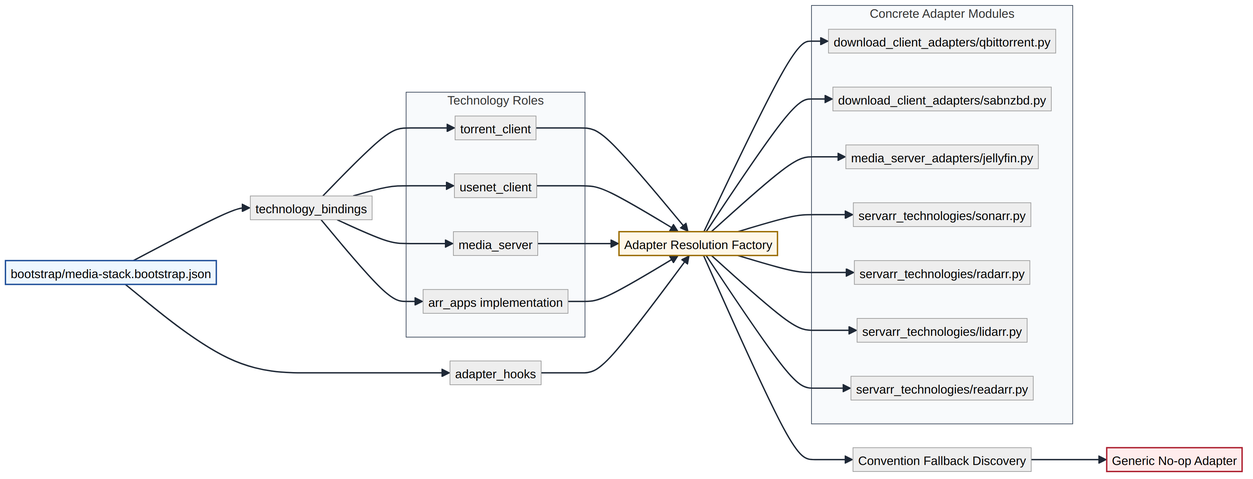
Earlier version of the Mermaid export docs/diagrams/technology-adapter-model.png (mploschiavo/mediaserver). Its source is kept beside it as docs/diagrams/technology-adapter-model.mmd. The source it was exported from:
```mermaid
flowchart LR
  CFG[bootstrap/media-stack.bootstrap.json]
  BIND[technology_bindings]
  HOOKS[adapter_hooks]

  FACT[Adapter Resolution Factory]
  CONV[Convention Fallback Discovery]
  NOP[Generic No-op Adapter]

  subgraph Roles[Technology Roles]
    TOR[torrent_client]
    USE[usenet_client]
    MED[media_server]
    ARR[arr_apps implementation]
  end

  subgraph Impl[Concrete Adapter Modules]
    QBA[download_client_adapters/qbittorrent.py]
    SABA[download_client_adapters/sabnzbd.py]
    MSA[media_server_adapters/jellyfin.py]
    SONA[servarr_technologies/sonarr.py]
    RADA[servarr_technologies/radarr.py]
    LIDA[servarr_technologies/lidarr.py]
    READA[servarr_technologies/readarr.py]
  end

  CFG --> BIND
  CFG --> HOOKS

  BIND --> TOR
  BIND --> USE
  BIND --> MED
  BIND --> ARR

  TOR --> FACT
  USE --> FACT
  MED --> FACT
  ARR --> FACT
  HOOKS --> FACT

  FACT --> QBA
  FACT --> SABA
  FACT --> MSA
  FACT --> SONA
  FACT --> RADA
  FACT --> LIDA
  FACT --> READA

  FACT --> CONV --> NOP

  style CFG fill:#eef7ff,stroke:#1f4f99,stroke-width:2px
  style FACT fill:#fff7e8,stroke:#9a6b00,stroke-width:2px
  style NOP fill:#ffecec,stroke:#ad1f2f,stroke-width:2px
```
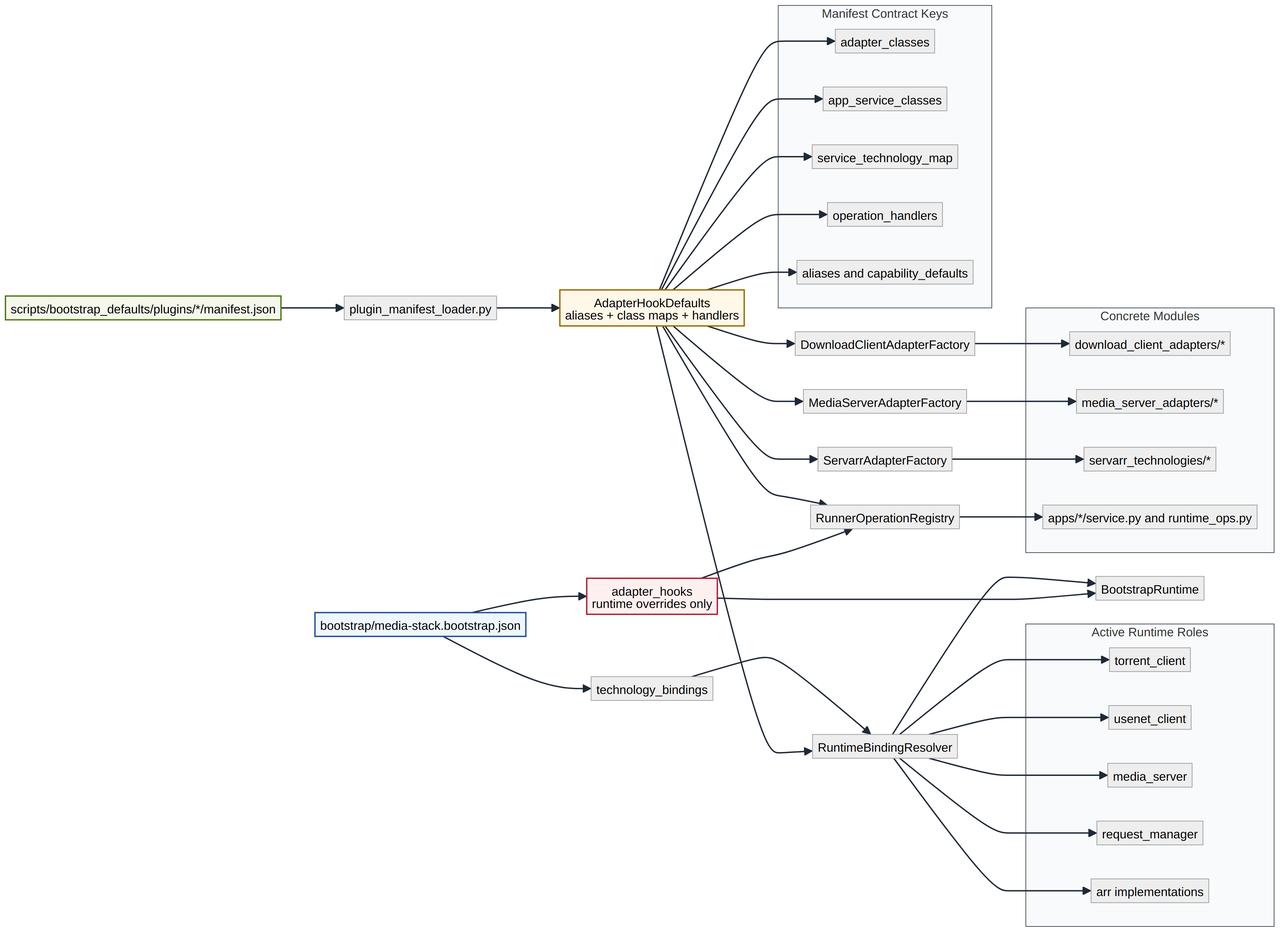
The same diagram one commit later.

Change to the diagram source:
```diff
@@ -1,53 +1,75 @@
 flowchart LR
   CFG[bootstrap/media-stack.bootstrap.json]
   BIND[technology_bindings]
-  HOOKS[adapter_hooks]
+  RH[adapter_hooks<br/>runtime overrides only]
 
-  FACT[Adapter Resolution Factory]
-  CONV[Convention Fallback Discovery]
-  NOP[Generic No-op Adapter]
+  PM[scripts/bootstrap_defaults/plugins/*/manifest.json]
+  LOAD[plugin_manifest_loader.py]
+  DEF[AdapterHookDefaults<br/>aliases + class maps + handlers]
 
-  subgraph Roles[Technology Roles]
+  RES[RuntimeBindingResolver]
+  RT[BootstrapRuntime]
+
+  OPREG[RunnerOperationRegistry]
+  DLF[DownloadClientAdapterFactory]
+  MSF[MediaServerAdapterFactory]
+  SAF[ServarrAdapterFactory]
+
+  subgraph Roles[Active Runtime Roles]
     TOR[torrent_client]
     USE[usenet_client]
     MED[media_server]
-    ARR[arr_apps implementation]
+    RQM[request_manager]
+    ARR[arr implementations]
   end
 
-  subgraph Impl[Concrete Adapter Modules]
-    QBA[download_client_adapters/qbittorrent.py]
-    SABA[download_client_adapters/sabnzbd.py]
-    MSA[media_server_adapters/jellyfin.py]
-    SONA[servarr_technologies/sonarr.py]
-    RADA[servarr_technologies/radarr.py]
-    LIDA[servarr_technologies/lidarr.py]
-    READA[servarr_technologies/readarr.py]
+  subgraph Contracts[Manifest Contract Keys]
+    C1[adapter_classes]
+    C2[app_service_classes]
+    C3[service_technology_map]
+    C4[operation_handlers]
+    C5[aliases and capability_defaults]
   end
 
-  CFG --> BIND
-  CFG --> HOOKS
+  subgraph Impl[Concrete Modules]
+    TCA[download_client_adapters/*]
+    MSA[media_server_adapters/*]
+    SVA[servarr_technologies/*]
+    APS[apps/*/service.py and runtime_ops.py]
+  end
 
-  BIND --> TOR
-  BIND --> USE
-  BIND --> MED
-  BIND --> ARR
+  CFG --> BIND --> RES
+  CFG --> RH
 
-  TOR --> FACT
-  USE --> FACT
-  MED --> FACT
-  ARR --> FACT
-  HOOKS --> FACT
+  PM --> LOAD --> DEF
+  DEF --> C1
+  DEF --> C2
+  DEF --> C3
+  DEF --> C4
+  DEF --> C5
 
-  FACT --> QBA
-  FACT --> SABA
-  FACT --> MSA
-  FACT --> SONA
-  FACT --> RADA
-  FACT --> LIDA
-  FACT --> READA
+  DEF --> RES
+  RES --> TOR
+  RES --> USE
+  RES --> MED
+  RES --> RQM
+  RES --> ARR
+  RES --> RT
 
-  FACT --> CONV --> NOP
+  DEF --> DLF
+  DEF --> MSF
+  DEF --> SAF
+  DEF --> OPREG
+
+  RH --> OPREG
+  RH --> RT
+
+  DLF --> TCA
+  MSF --> MSA
+  SAF --> SVA
+  OPREG --> APS
 
   style CFG fill:#eef7ff,stroke:#1f4f99,stroke-width:2px
-  style FACT fill:#fff7e8,stroke:#9a6b00,stroke-width:2px
-  style NOP fill:#ffecec,stroke:#ad1f2f,stroke-width:2px
+  style PM fill:#f4f7ea,stroke:#507a18,stroke-width:2px
+  style DEF fill:#fff7e8,stroke:#9a6b00,stroke-width:2px
+  style RH fill:#fff0f0,stroke:#ad1f2f,stroke-width:2px
```
